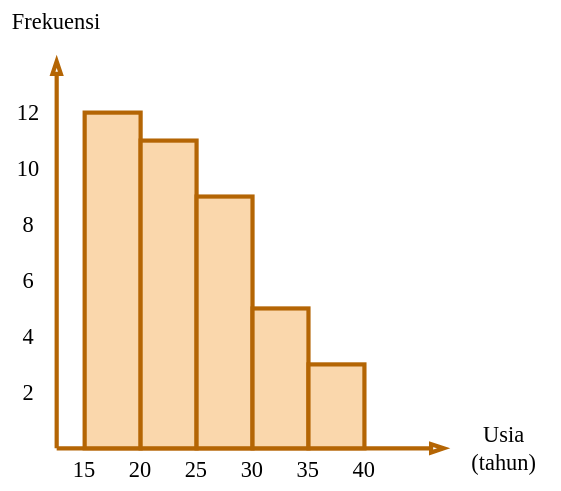
fauzan-radji/diagrams keeps this draw.io diagram as statistika.drawio.svg. Above is the earlier version. Source tidied: cells renumbered, new cells last; positions are measured from the earlier drawing's top-left corner, leaving out a move shared by most shapes. The source it was exported from:
```xml
<mxGraphModel>
  <root>
    <mxCell id="0" />
    <mxCell id="1" parent="0" />
    <mxCell id="2" style="endArrow=blockThin;html=1;rounded=0;strokeColor=#b46504;fillColor=#fad7ac;strokeWidth=3;endFill=0;" parent="1" edge="1">
      <mxGeometry relative="1" as="geometry">
        <mxPoint x="40" y="320" as="sourcePoint" />
        <mxPoint x="320" y="320" as="targetPoint" />
      </mxGeometry>
    </mxCell>
    <mxCell id="3" style="endArrow=blockThin;html=1;rounded=0;fillColor=#fad7ac;strokeColor=#b46504;strokeWidth=3;endFill=0;" parent="1" edge="1">
      <mxGeometry relative="1" as="geometry">
        <mxPoint x="40" y="320" as="sourcePoint" />
        <mxPoint x="40" y="40" as="targetPoint" />
      </mxGeometry>
    </mxCell>
    <mxCell id="4" value="Usia (tahun)" style="text;html=1;strokeColor=none;fillColor=none;align=center;verticalAlign=middle;whiteSpace=wrap;rounded=0;fontSize=16;fontFamily=Montserrat;fontSource=https%3A%2F%2Ffonts.googleapis.com%2Fcss%3Ffamily%3DMontserrat;" parent="1" vertex="1">
      <mxGeometry x="320" y="300" width="80" height="40" as="geometry" />
    </mxCell>
    <mxCell id="5" value="Frekuensi" style="text;html=1;strokeColor=none;fillColor=none;align=center;verticalAlign=middle;whiteSpace=wrap;rounded=0;fontSize=16;fontFamily=Montserrat;fontSource=https%3A%2F%2Ffonts.googleapis.com%2Fcss%3Ffamily%3DMontserrat;" parent="1" vertex="1">
      <mxGeometry width="80" height="30" as="geometry" />
    </mxCell>
    <mxCell id="6" style="rounded=0;whiteSpace=wrap;html=1;fillColor=#fad7ac;strokeColor=#b46504;strokeWidth=3;" parent="1" vertex="1">
      <mxGeometry x="60" y="80" width="40" height="240" as="geometry" />
    </mxCell>
    <mxCell id="7" value="15" style="text;html=1;strokeColor=none;fillColor=none;align=center;verticalAlign=middle;whiteSpace=wrap;rounded=0;fontSize=16;fontFamily=Montserrat;fontSource=https%3A%2F%2Ffonts.googleapis.com%2Fcss%3Ffamily%3DMontserrat;" parent="1" vertex="1">
      <mxGeometry x="40" y="320" width="40" height="30" as="geometry" />
    </mxCell>
    <mxCell id="8" value="20" style="text;html=1;strokeColor=none;fillColor=none;align=center;verticalAlign=middle;whiteSpace=wrap;rounded=0;fontSize=16;fontFamily=Montserrat;fontSource=https%3A%2F%2Ffonts.googleapis.com%2Fcss%3Ffamily%3DMontserrat;" parent="1" vertex="1">
      <mxGeometry x="80" y="320" width="40" height="30" as="geometry" />
    </mxCell>
    <mxCell id="9" value="25" style="text;html=1;strokeColor=none;fillColor=none;align=center;verticalAlign=middle;whiteSpace=wrap;rounded=0;fontSize=16;fontFamily=Montserrat;fontSource=https%3A%2F%2Ffonts.googleapis.com%2Fcss%3Ffamily%3DMontserrat;" parent="1" vertex="1">
      <mxGeometry x="120" y="320" width="40" height="30" as="geometry" />
    </mxCell>
    <mxCell id="10" value="30" style="text;html=1;strokeColor=none;fillColor=none;align=center;verticalAlign=middle;whiteSpace=wrap;rounded=0;fontSize=16;fontFamily=Montserrat;fontSource=https%3A%2F%2Ffonts.googleapis.com%2Fcss%3Ffamily%3DMontserrat;" parent="1" vertex="1">
      <mxGeometry x="160" y="320" width="40" height="30" as="geometry" />
    </mxCell>
    <mxCell id="11" value="35" style="text;html=1;strokeColor=none;fillColor=none;align=center;verticalAlign=middle;whiteSpace=wrap;rounded=0;fontSize=16;fontFamily=Montserrat;fontSource=https%3A%2F%2Ffonts.googleapis.com%2Fcss%3Ffamily%3DMontserrat;" parent="1" vertex="1">
      <mxGeometry x="200" y="320" width="40" height="30" as="geometry" />
    </mxCell>
    <mxCell id="12" value="40" style="text;html=1;strokeColor=none;fillColor=none;align=center;verticalAlign=middle;whiteSpace=wrap;rounded=0;fontSize=16;fontFamily=Montserrat;fontSource=https%3A%2F%2Ffonts.googleapis.com%2Fcss%3Ffamily%3DMontserrat;" parent="1" vertex="1">
      <mxGeometry x="240" y="320" width="40" height="30" as="geometry" />
    </mxCell>
    <mxCell id="13" value="2" style="text;html=1;strokeColor=none;fillColor=none;align=center;verticalAlign=middle;whiteSpace=wrap;rounded=0;fontSize=16;fontFamily=Montserrat;fontSource=https%3A%2F%2Ffonts.googleapis.com%2Fcss%3Ffamily%3DMontserrat;" parent="1" vertex="1">
      <mxGeometry y="260" width="40" height="40" as="geometry" />
    </mxCell>
    <mxCell id="14" value="4" style="text;html=1;strokeColor=none;fillColor=none;align=center;verticalAlign=middle;whiteSpace=wrap;rounded=0;fontSize=16;fontFamily=Montserrat;fontSource=https%3A%2F%2Ffonts.googleapis.com%2Fcss%3Ffamily%3DMontserrat;" parent="1" vertex="1">
      <mxGeometry y="220" width="40" height="40" as="geometry" />
    </mxCell>
    <mxCell id="15" value="6" style="text;html=1;strokeColor=none;fillColor=none;align=center;verticalAlign=middle;whiteSpace=wrap;rounded=0;fontSize=16;fontFamily=Montserrat;fontSource=https%3A%2F%2Ffonts.googleapis.com%2Fcss%3Ffamily%3DMontserrat;" parent="1" vertex="1">
      <mxGeometry y="180" width="40" height="40" as="geometry" />
    </mxCell>
    <mxCell id="16" value="8" style="text;html=1;strokeColor=none;fillColor=none;align=center;verticalAlign=middle;whiteSpace=wrap;rounded=0;fontSize=16;fontFamily=Montserrat;fontSource=https%3A%2F%2Ffonts.googleapis.com%2Fcss%3Ffamily%3DMontserrat;" parent="1" vertex="1">
      <mxGeometry y="140" width="40" height="40" as="geometry" />
    </mxCell>
    <mxCell id="17" value="10" style="text;html=1;strokeColor=none;fillColor=none;align=center;verticalAlign=middle;whiteSpace=wrap;rounded=0;fontSize=16;fontFamily=Montserrat;fontSource=https%3A%2F%2Ffonts.googleapis.com%2Fcss%3Ffamily%3DMontserrat;" parent="1" vertex="1">
      <mxGeometry y="100" width="40" height="40" as="geometry" />
    </mxCell>
    <mxCell id="18" value="12" style="text;html=1;strokeColor=none;fillColor=none;align=center;verticalAlign=middle;whiteSpace=wrap;rounded=0;fontSize=16;fontFamily=Montserrat;fontSource=https%3A%2F%2Ffonts.googleapis.com%2Fcss%3Ffamily%3DMontserrat;" parent="1" vertex="1">
      <mxGeometry y="60" width="40" height="40" as="geometry" />
    </mxCell>
    <mxCell id="19" style="rounded=0;whiteSpace=wrap;html=1;fillColor=#fad7ac;strokeColor=#b46504;strokeWidth=3;" parent="1" vertex="1">
      <mxGeometry x="100" y="100" width="40" height="220" as="geometry" />
    </mxCell>
    <mxCell id="20" style="rounded=0;whiteSpace=wrap;html=1;fillColor=#fad7ac;strokeColor=#b46504;strokeWidth=3;" parent="1" vertex="1">
      <mxGeometry x="140" y="140" width="40" height="180" as="geometry" />
    </mxCell>
    <mxCell id="21" style="rounded=0;whiteSpace=wrap;html=1;fillColor=#fad7ac;strokeColor=#b46504;strokeWidth=3;" parent="1" vertex="1">
      <mxGeometry x="180" y="220" width="40" height="100" as="geometry" />
    </mxCell>
    <mxCell id="22" style="rounded=0;whiteSpace=wrap;html=1;fillColor=#fad7ac;strokeColor=#b46504;strokeWidth=3;" parent="1" vertex="1">
      <mxGeometry x="220" y="260" width="40" height="60" as="geometry" />
    </mxCell>
  </root>
</mxGraphModel>
```
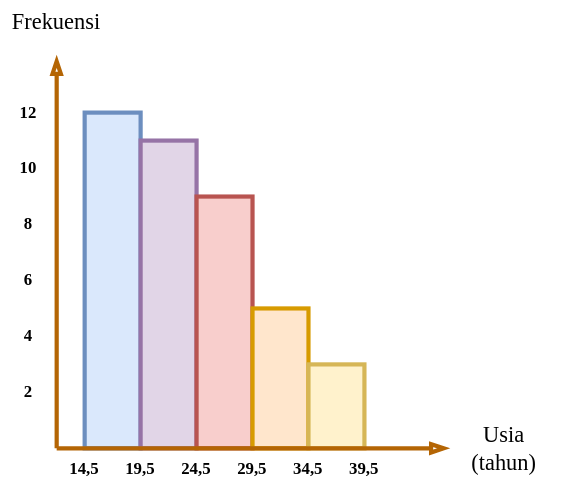
The same file after the commit.

Commit message:
Update statistika.drawio.svg: axis font size and font weight

Diff of the diagram source:
```diff
@@ -2,12 +2,18 @@
   <root>
     <mxCell id="0" />
     <mxCell id="1" parent="0" />
-    <mxCell id="2" style="endArrow=blockThin;html=1;rounded=0;strokeColor=#b46504;fillColor=#fad7ac;strokeWidth=3;endFill=0;" parent="1" edge="1">
-      <mxGeometry relative="1" as="geometry">
-        <mxPoint x="40" y="320" as="sourcePoint" />
-        <mxPoint x="320" y="320" as="targetPoint" />
-      </mxGeometry>
-    </mxCell>
+    <mxCell id="6" style="rounded=0;whiteSpace=wrap;html=1;fillColor=#dae8fc;strokeColor=#6c8ebf;strokeWidth=3;" parent="1" vertex="1">
+      <mxGeometry x="60" y="80" width="40" height="240" as="geometry" />
+    </mxCell>
+    <mxCell id="19" style="rounded=0;whiteSpace=wrap;html=1;fillColor=#e1d5e7;strokeColor=#9673a6;strokeWidth=3;" parent="1" vertex="1">
+      <mxGeometry x="100" y="100" width="40" height="220" as="geometry" />
+    </mxCell>
+    <mxCell id="20" style="rounded=0;whiteSpace=wrap;html=1;fillColor=#f8cecc;strokeColor=#b85450;strokeWidth=3;" parent="1" vertex="1">
+      <mxGeometry x="140" y="140" width="40" height="180" as="geometry" />
+    </mxCell>
+    <mxCell id="21" style="rounded=0;whiteSpace=wrap;html=1;fillColor=#ffe6cc;strokeColor=#d79b00;strokeWidth=3;" parent="1" vertex="1">
+      <mxGeometry x="180" y="220" width="40" height="100" as="geometry" />
+    </mxCell>
     <mxCell id="3" style="endArrow=blockThin;html=1;rounded=0;fillColor=#fad7ac;strokeColor=#b46504;strokeWidth=3;endFill=0;" parent="1" edge="1">
       <mxGeometry relative="1" as="geometry">
         <mxPoint x="40" y="320" as="sourcePoint" />
@@ -20,56 +26,50 @@
     <mxCell id="5" value="Frekuensi" style="text;html=1;strokeColor=none;fillColor=none;align=center;verticalAlign=middle;whiteSpace=wrap;rounded=0;fontSize=16;fontFamily=Montserrat;fontSource=https%3A%2F%2Ffonts.googleapis.com%2Fcss%3Ffamily%3DMontserrat;" parent="1" vertex="1">
       <mxGeometry width="80" height="30" as="geometry" />
     </mxCell>
-    <mxCell id="6" style="rounded=0;whiteSpace=wrap;html=1;fillColor=#fad7ac;strokeColor=#b46504;strokeWidth=3;" parent="1" vertex="1">
-      <mxGeometry x="60" y="80" width="40" height="240" as="geometry" />
-    </mxCell>
-    <mxCell id="7" value="15" style="text;html=1;strokeColor=none;fillColor=none;align=center;verticalAlign=middle;whiteSpace=wrap;rounded=0;fontSize=16;fontFamily=Montserrat;fontSource=https%3A%2F%2Ffonts.googleapis.com%2Fcss%3Ffamily%3DMontserrat;" parent="1" vertex="1">
+    <mxCell id="7" value="14,5" style="text;html=1;strokeColor=none;fillColor=none;align=center;verticalAlign=middle;whiteSpace=wrap;rounded=0;fontSize=12;fontFamily=Montserrat;fontSource=https%3A%2F%2Ffonts.googleapis.com%2Fcss%3Ffamily%3DMontserrat;fontStyle=1;" parent="1" vertex="1">
       <mxGeometry x="40" y="320" width="40" height="30" as="geometry" />
     </mxCell>
-    <mxCell id="8" value="20" style="text;html=1;strokeColor=none;fillColor=none;align=center;verticalAlign=middle;whiteSpace=wrap;rounded=0;fontSize=16;fontFamily=Montserrat;fontSource=https%3A%2F%2Ffonts.googleapis.com%2Fcss%3Ffamily%3DMontserrat;" parent="1" vertex="1">
+    <mxCell id="8" value="19,5" style="text;html=1;strokeColor=none;fillColor=none;align=center;verticalAlign=middle;whiteSpace=wrap;rounded=0;fontSize=12;fontFamily=Montserrat;fontSource=https%3A%2F%2Ffonts.googleapis.com%2Fcss%3Ffamily%3DMontserrat;fontStyle=1;" parent="1" vertex="1">
       <mxGeometry x="80" y="320" width="40" height="30" as="geometry" />
     </mxCell>
-    <mxCell id="9" value="25" style="text;html=1;strokeColor=none;fillColor=none;align=center;verticalAlign=middle;whiteSpace=wrap;rounded=0;fontSize=16;fontFamily=Montserrat;fontSource=https%3A%2F%2Ffonts.googleapis.com%2Fcss%3Ffamily%3DMontserrat;" parent="1" vertex="1">
+    <mxCell id="9" value="24,5" style="text;html=1;strokeColor=none;fillColor=none;align=center;verticalAlign=middle;whiteSpace=wrap;rounded=0;fontSize=12;fontFamily=Montserrat;fontSource=https%3A%2F%2Ffonts.googleapis.com%2Fcss%3Ffamily%3DMontserrat;fontStyle=1;" parent="1" vertex="1">
       <mxGeometry x="120" y="320" width="40" height="30" as="geometry" />
     </mxCell>
-    <mxCell id="10" value="30" style="text;html=1;strokeColor=none;fillColor=none;align=center;verticalAlign=middle;whiteSpace=wrap;rounded=0;fontSize=16;fontFamily=Montserrat;fontSource=https%3A%2F%2Ffonts.googleapis.com%2Fcss%3Ffamily%3DMontserrat;" parent="1" vertex="1">
+    <mxCell id="10" value="29,5" style="text;html=1;strokeColor=none;fillColor=none;align=center;verticalAlign=middle;whiteSpace=wrap;rounded=0;fontSize=12;fontFamily=Montserrat;fontSource=https%3A%2F%2Ffonts.googleapis.com%2Fcss%3Ffamily%3DMontserrat;fontStyle=1;" parent="1" vertex="1">
       <mxGeometry x="160" y="320" width="40" height="30" as="geometry" />
     </mxCell>
-    <mxCell id="11" value="35" style="text;html=1;strokeColor=none;fillColor=none;align=center;verticalAlign=middle;whiteSpace=wrap;rounded=0;fontSize=16;fontFamily=Montserrat;fontSource=https%3A%2F%2Ffonts.googleapis.com%2Fcss%3Ffamily%3DMontserrat;" parent="1" vertex="1">
+    <mxCell id="11" value="34,5" style="text;html=1;strokeColor=none;fillColor=none;align=center;verticalAlign=middle;whiteSpace=wrap;rounded=0;fontSize=12;fontFamily=Montserrat;fontSource=https%3A%2F%2Ffonts.googleapis.com%2Fcss%3Ffamily%3DMontserrat;fontStyle=1;" parent="1" vertex="1">
       <mxGeometry x="200" y="320" width="40" height="30" as="geometry" />
     </mxCell>
-    <mxCell id="12" value="40" style="text;html=1;strokeColor=none;fillColor=none;align=center;verticalAlign=middle;whiteSpace=wrap;rounded=0;fontSize=16;fontFamily=Montserrat;fontSource=https%3A%2F%2Ffonts.googleapis.com%2Fcss%3Ffamily%3DMontserrat;" parent="1" vertex="1">
+    <mxCell id="12" value="39,5" style="text;html=1;strokeColor=none;fillColor=none;align=center;verticalAlign=middle;whiteSpace=wrap;rounded=0;fontSize=12;fontFamily=Montserrat;fontSource=https%3A%2F%2Ffonts.googleapis.com%2Fcss%3Ffamily%3DMontserrat;fontStyle=1;" parent="1" vertex="1">
       <mxGeometry x="240" y="320" width="40" height="30" as="geometry" />
     </mxCell>
-    <mxCell id="13" value="2" style="text;html=1;strokeColor=none;fillColor=none;align=center;verticalAlign=middle;whiteSpace=wrap;rounded=0;fontSize=16;fontFamily=Montserrat;fontSource=https%3A%2F%2Ffonts.googleapis.com%2Fcss%3Ffamily%3DMontserrat;" parent="1" vertex="1">
+    <mxCell id="13" value="2" style="text;html=1;strokeColor=none;fillColor=none;align=center;verticalAlign=middle;whiteSpace=wrap;rounded=0;fontSize=12;fontFamily=Montserrat;fontSource=https%3A%2F%2Ffonts.googleapis.com%2Fcss%3Ffamily%3DMontserrat;fontStyle=1;" parent="1" vertex="1">
       <mxGeometry y="260" width="40" height="40" as="geometry" />
     </mxCell>
-    <mxCell id="14" value="4" style="text;html=1;strokeColor=none;fillColor=none;align=center;verticalAlign=middle;whiteSpace=wrap;rounded=0;fontSize=16;fontFamily=Montserrat;fontSource=https%3A%2F%2Ffonts.googleapis.com%2Fcss%3Ffamily%3DMontserrat;" parent="1" vertex="1">
+    <mxCell id="14" value="4" style="text;html=1;strokeColor=none;fillColor=none;align=center;verticalAlign=middle;whiteSpace=wrap;rounded=0;fontSize=12;fontFamily=Montserrat;fontSource=https%3A%2F%2Ffonts.googleapis.com%2Fcss%3Ffamily%3DMontserrat;fontStyle=1;" parent="1" vertex="1">
       <mxGeometry y="220" width="40" height="40" as="geometry" />
     </mxCell>
-    <mxCell id="15" value="6" style="text;html=1;strokeColor=none;fillColor=none;align=center;verticalAlign=middle;whiteSpace=wrap;rounded=0;fontSize=16;fontFamily=Montserrat;fontSource=https%3A%2F%2Ffonts.googleapis.com%2Fcss%3Ffamily%3DMontserrat;" parent="1" vertex="1">
+    <mxCell id="15" value="6" style="text;html=1;strokeColor=none;fillColor=none;align=center;verticalAlign=middle;whiteSpace=wrap;rounded=0;fontSize=12;fontFamily=Montserrat;fontSource=https%3A%2F%2Ffonts.googleapis.com%2Fcss%3Ffamily%3DMontserrat;fontStyle=1;" parent="1" vertex="1">
       <mxGeometry y="180" width="40" height="40" as="geometry" />
     </mxCell>
-    <mxCell id="16" value="8" style="text;html=1;strokeColor=none;fillColor=none;align=center;verticalAlign=middle;whiteSpace=wrap;rounded=0;fontSize=16;fontFamily=Montserrat;fontSource=https%3A%2F%2Ffonts.googleapis.com%2Fcss%3Ffamily%3DMontserrat;" parent="1" vertex="1">
+    <mxCell id="16" value="8" style="text;html=1;strokeColor=none;fillColor=none;align=center;verticalAlign=middle;whiteSpace=wrap;rounded=0;fontSize=12;fontFamily=Montserrat;fontSource=https%3A%2F%2Ffonts.googleapis.com%2Fcss%3Ffamily%3DMontserrat;fontStyle=1;" parent="1" vertex="1">
       <mxGeometry y="140" width="40" height="40" as="geometry" />
     </mxCell>
-    <mxCell id="17" value="10" style="text;html=1;strokeColor=none;fillColor=none;align=center;verticalAlign=middle;whiteSpace=wrap;rounded=0;fontSize=16;fontFamily=Montserrat;fontSource=https%3A%2F%2Ffonts.googleapis.com%2Fcss%3Ffamily%3DMontserrat;" parent="1" vertex="1">
+    <mxCell id="17" value="10" style="text;html=1;strokeColor=none;fillColor=none;align=center;verticalAlign=middle;whiteSpace=wrap;rounded=0;fontSize=12;fontFamily=Montserrat;fontSource=https%3A%2F%2Ffonts.googleapis.com%2Fcss%3Ffamily%3DMontserrat;fontStyle=1;" parent="1" vertex="1">
       <mxGeometry y="100" width="40" height="40" as="geometry" />
     </mxCell>
-    <mxCell id="18" value="12" style="text;html=1;strokeColor=none;fillColor=none;align=center;verticalAlign=middle;whiteSpace=wrap;rounded=0;fontSize=16;fontFamily=Montserrat;fontSource=https%3A%2F%2Ffonts.googleapis.com%2Fcss%3Ffamily%3DMontserrat;" parent="1" vertex="1">
+    <mxCell id="18" value="12" style="text;html=1;strokeColor=none;fillColor=none;align=center;verticalAlign=middle;whiteSpace=wrap;rounded=0;fontSize=12;fontFamily=Montserrat;fontSource=https%3A%2F%2Ffonts.googleapis.com%2Fcss%3Ffamily%3DMontserrat;fontStyle=1;" parent="1" vertex="1">
       <mxGeometry y="60" width="40" height="40" as="geometry" />
     </mxCell>
-    <mxCell id="19" style="rounded=0;whiteSpace=wrap;html=1;fillColor=#fad7ac;strokeColor=#b46504;strokeWidth=3;" parent="1" vertex="1">
-      <mxGeometry x="100" y="100" width="40" height="220" as="geometry" />
-    </mxCell>
-    <mxCell id="20" style="rounded=0;whiteSpace=wrap;html=1;fillColor=#fad7ac;strokeColor=#b46504;strokeWidth=3;" parent="1" vertex="1">
-      <mxGeometry x="140" y="140" width="40" height="180" as="geometry" />
-    </mxCell>
-    <mxCell id="21" style="rounded=0;whiteSpace=wrap;html=1;fillColor=#fad7ac;strokeColor=#b46504;strokeWidth=3;" parent="1" vertex="1">
-      <mxGeometry x="180" y="220" width="40" height="100" as="geometry" />
-    </mxCell>
-    <mxCell id="22" style="rounded=0;whiteSpace=wrap;html=1;fillColor=#fad7ac;strokeColor=#b46504;strokeWidth=3;" parent="1" vertex="1">
+    <mxCell id="22" style="rounded=0;whiteSpace=wrap;html=1;fillColor=#fff2cc;strokeColor=#d6b656;strokeWidth=3;" parent="1" vertex="1">
       <mxGeometry x="220" y="260" width="40" height="60" as="geometry" />
     </mxCell>
+    <mxCell id="2" style="endArrow=blockThin;html=1;rounded=0;strokeColor=#b46504;fillColor=#fad7ac;strokeWidth=3;endFill=0;" parent="1" edge="1">
+      <mxGeometry relative="1" as="geometry">
+        <mxPoint x="40" y="320" as="sourcePoint" />
+        <mxPoint x="320" y="320" as="targetPoint" />
+      </mxGeometry>
+    </mxCell>
   </root>
 </mxGraphModel>
```
